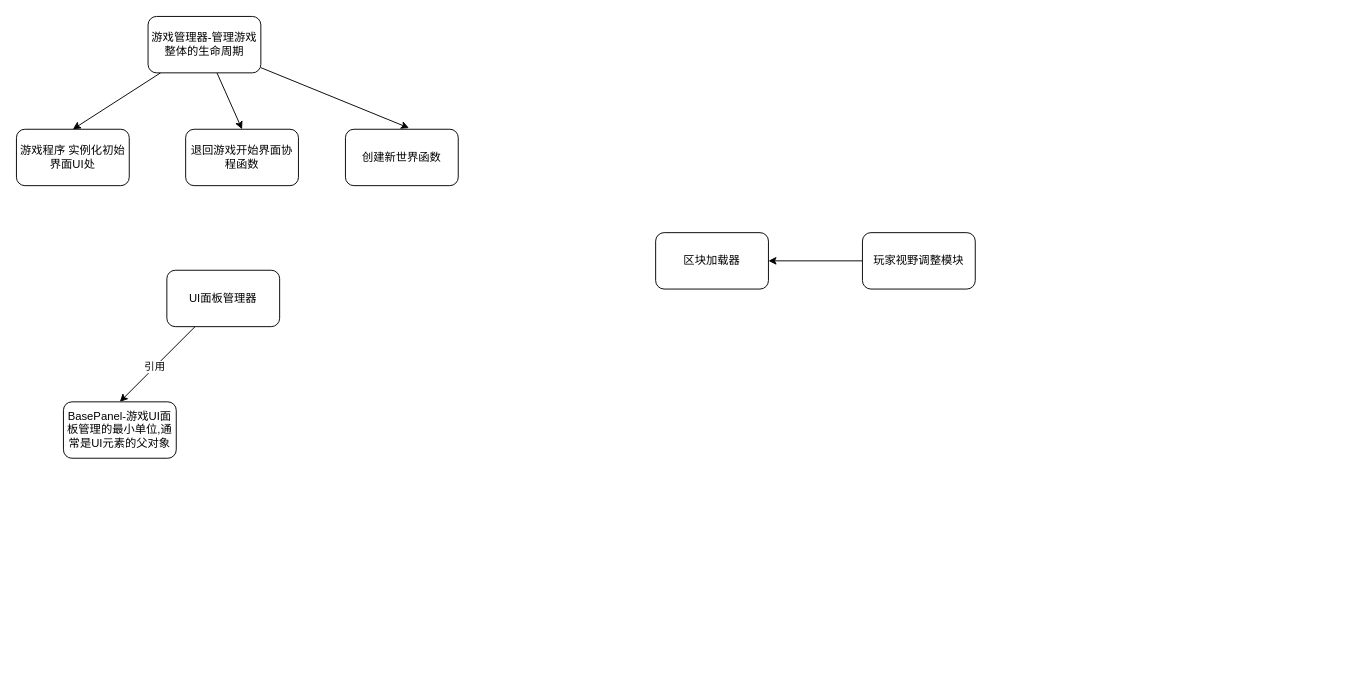
Earlier version of the draw.io diagram page "管理器" (1 of 3) of 开发文档文件夹/_Using/游戏代码架构图.drawio (XDIOEZ/TerraFlat). Source tidied: cells renumbered, new cells numbered last; positions are measured from the earlier drawing's top-left corner, leaving out a move shared by most shapes. Both pictures are drawn from the tidied source at 94%, with x=0, y=0 at pixel (16, 16).
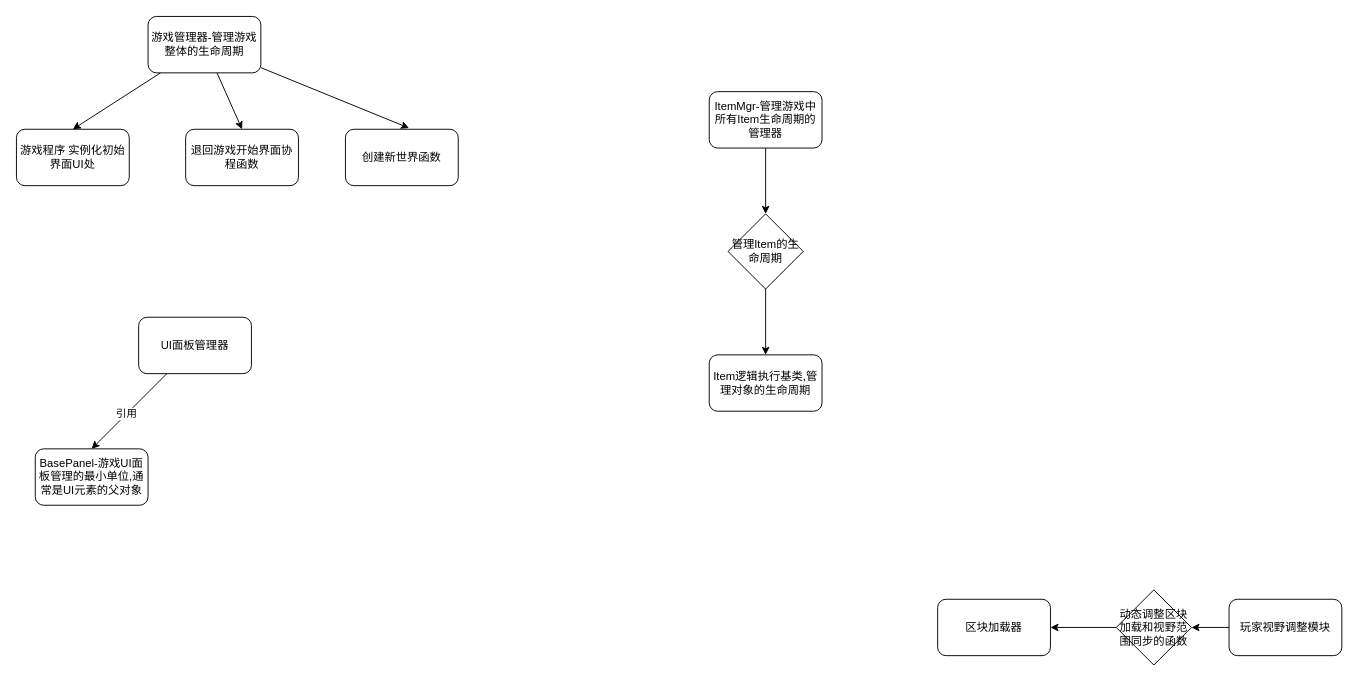
The same diagram, later.

What changed in the source:
```diff
@@
     <mxCell id="6" value="UI面板管理器" style="rounded=1;whiteSpace=wrap;html=1;" parent="1" vertex="1">
-      <mxGeometry x="160" y="270" width="120" height="60" as="geometry" />
+      <mxGeometry x="130" y="320" width="120" height="60" as="geometry" />
     </mxCell>
@@
     <mxCell id="10" value="BasePanel-游戏UI面板管理的最小单位,通常是UI元素的父对象" style="rounded=1;whiteSpace=wrap;html=1;" parent="1" vertex="1">
-      <mxGeometry x="50" y="410" width="120" height="60" as="geometry" />
+      <mxGeometry x="20" y="460" width="120" height="60" as="geometry" />
     </mxCell>
@@
+    <mxCell id="16" value="Item逻辑执行基类,管理对象的生命周期" style="rounded=1;whiteSpace=wrap;html=1;" parent="1" vertex="1">
+      <mxGeometry x="737" y="360" width="120" height="60" as="geometry" />
+    </mxCell>
     <mxCell id="13" value="区块加载器" style="rounded=1;whiteSpace=wrap;html=1;" parent="1" vertex="1">
-      <mxGeometry x="680" y="230" width="120" height="60" as="geometry" />
+      <mxGeometry x="980" y="620" width="120" height="60" as="geometry" />
     </mxCell>
-    <mxCell id="14" style="edgeStyle=orthogonalEdgeStyle;rounded=0;jettySize=auto;html=1;entryX=1;entryY=0.5;entryDx=0;entryDy=0;" parent="1" edge="1" source="15" target="13">
-      <mxGeometry relative="1" as="geometry" />
-    </mxCell>
+    <mxCell id="17" style="edgeStyle=orthogonalEdgeStyle;rounded=0;jettySize=auto;html=1;entryX=1;entryY=0.5;entryDx=0;entryDy=0;" parent="1" edge="1" source="15" target="19">
+      <mxGeometry relative="1" as="geometry" />
+    </mxCell>
     <mxCell id="15" value="玩家视野调整模块" style="rounded=1;whiteSpace=wrap;html=1;" parent="1" vertex="1">
-      <mxGeometry x="900" y="230" width="120" height="60" as="geometry" />
+      <mxGeometry x="1290" y="620" width="120" height="60" as="geometry" />
     </mxCell>
+    <mxCell id="18" style="edgeStyle=orthogonalEdgeStyle;rounded=0;jettySize=auto;html=1;entryX=1;entryY=0.5;entryDx=0;entryDy=0;" parent="1" edge="1" source="19" target="13">
+      <mxGeometry relative="1" as="geometry" />
+    </mxCell>
+    <mxCell id="19" value="动态调整区块加载和视野范围同步的函数" style="rhombus;whiteSpace=wrap;html=1;" parent="1" vertex="1">
+      <mxGeometry x="1170" y="610" width="80" height="80" as="geometry" />
+    </mxCell>
+    <mxCell id="20" style="edgeStyle=orthogonalEdgeStyle;rounded=0;jettySize=auto;html=1;" parent="1" edge="1" source="21" target="23">
+      <mxGeometry relative="1" as="geometry" />
+    </mxCell>
+    <mxCell id="21" value="ItemMgr-管理游戏中所有Item生命周期的管理器" style="rounded=1;whiteSpace=wrap;html=1;" parent="1" vertex="1">
+      <mxGeometry x="737" y="80" width="120" height="60" as="geometry" />
+    </mxCell>
+    <mxCell id="22" style="edgeStyle=orthogonalEdgeStyle;rounded=0;jettySize=auto;html=1;entryX=0.5;entryY=0;entryDx=0;entryDy=0;" parent="1" edge="1" source="23" target="16">
+      <mxGeometry relative="1" as="geometry" />
+    </mxCell>
+    <mxCell id="23" value="管理Item的生命周期" style="rhombus;whiteSpace=wrap;html=1;" parent="1" vertex="1">
+      <mxGeometry x="757" y="210" width="80" height="80" as="geometry" />
+    </mxCell>
```
